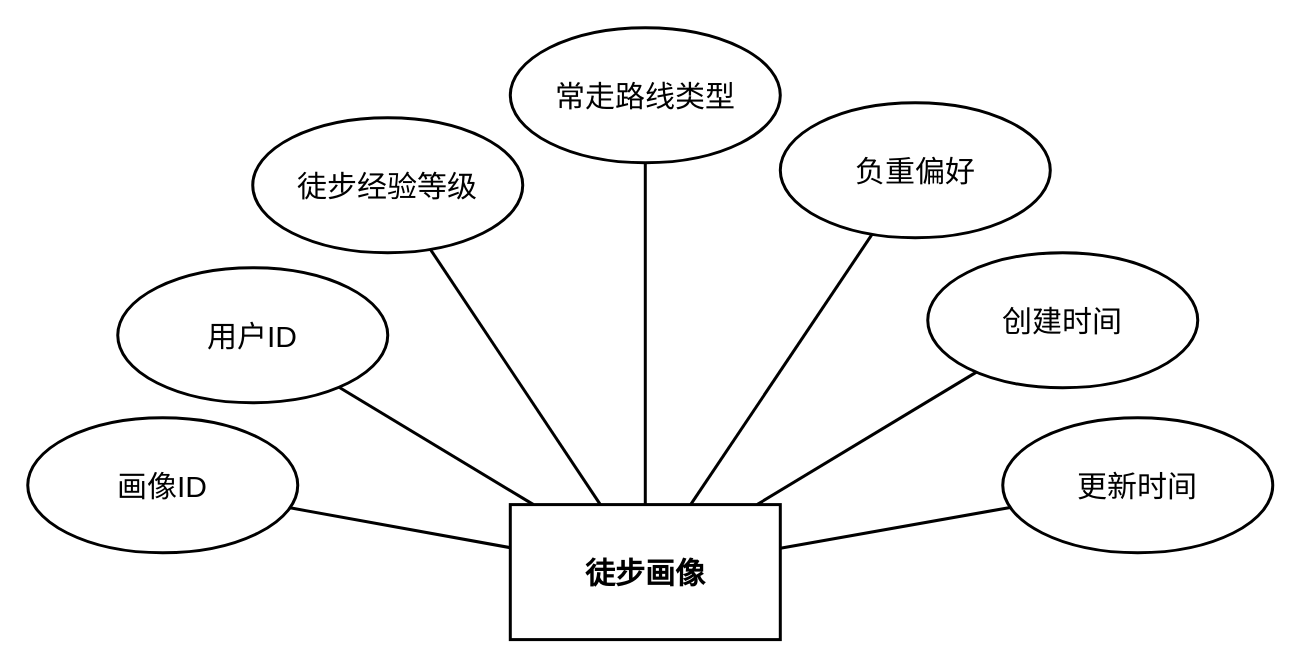
This is DOCS/architecture-diagrams/sources/实体图/user_hiking_profiles/user_hiking_profiles_entity.drawio from 612cs/TrailQuest, a draw.io file, before an edit. Source tidied: cells renumbered, new cells numbered last; positions are measured from the earlier drawing's top-left corner, leaving out a move shared by most shapes. Both pictures are drawn from the tidied source at 150%, with x=0, y=0 at pixel (27, 27).
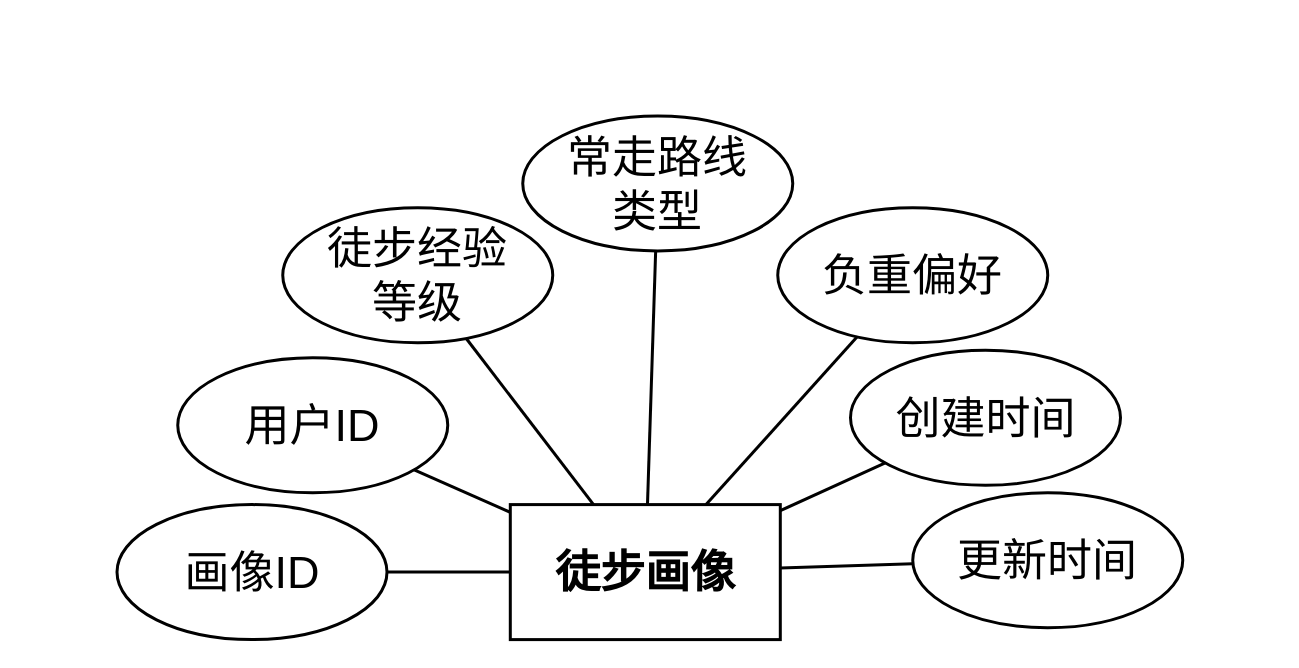
The same diagram, later.

Diff of the diagram source:
```diff
@@
 <mxGraphModel>
   <root>
     <mxCell id="0" />
     <mxCell id="1" parent="0" />
-    <mxCell id="2" value="徒步画像" style="rounded=0;whiteSpace=wrap;html=1;fillColor=none;strokeColor=#000000;fontColor=#000000;fontFamily=Arial;fontSize=20;fontStyle=1;align=center;verticalAlign=middle;strokeWidth=2;gradientColor=none;shadow=0;glass=0;" parent="1" vertex="1">
+    <mxCell id="2" value="徒步画像" style="rounded=0;whiteSpace=wrap;html=1;fillColor=none;strokeColor=#000000;fontColor=#000000;fontFamily=Arial;fontSize=30;fontStyle=1;align=center;verticalAlign=middle;strokeWidth=2;gradientColor=none;shadow=0;glass=0;" parent="1" vertex="1">
       <mxGeometry x="321.7" y="317.9" width="180" height="90" as="geometry" />
     </mxCell>
-    <mxCell id="3" value="画像ID" style="ellipse;whiteSpace=wrap;html=1;fillColor=none;strokeColor=#000000;fontColor=#000000;fontFamily=Arial;fontSize=20;align=center;verticalAlign=middle;strokeWidth=2;gradientColor=none;shadow=0;glass=0;" parent="1" vertex="1">
-      <mxGeometry y="260" width="180" height="90" as="geometry" />
+    <mxCell id="3" value="画像ID" style="ellipse;whiteSpace=wrap;html=1;fillColor=none;strokeColor=#000000;fontColor=#000000;fontFamily=Arial;fontSize=30;align=center;verticalAlign=middle;strokeWidth=2;gradientColor=none;shadow=0;glass=0;" parent="1" vertex="1">
+      <mxGeometry x="59.5" y="317.9" width="180" height="90" as="geometry" />
     </mxCell>
-    <mxCell id="4" value="用户ID" style="ellipse;whiteSpace=wrap;html=1;fillColor=none;strokeColor=#000000;fontColor=#000000;fontFamily=Arial;fontSize=20;align=center;verticalAlign=middle;strokeWidth=2;gradientColor=none;shadow=0;glass=0;" parent="1" vertex="1">
-      <mxGeometry x="60" y="160" width="180" height="90" as="geometry" />
+    <mxCell id="4" value="用户ID" style="ellipse;whiteSpace=wrap;html=1;fillColor=none;strokeColor=#000000;fontColor=#000000;fontFamily=Arial;fontSize=30;align=center;verticalAlign=middle;strokeWidth=2;gradientColor=none;shadow=0;glass=0;" parent="1" vertex="1">
+      <mxGeometry x="100" y="220" width="180" height="90" as="geometry" />
     </mxCell>
-    <mxCell id="5" value="徒步经验等级" style="ellipse;whiteSpace=wrap;html=1;fillColor=none;strokeColor=#000000;fontColor=#000000;fontFamily=Arial;fontSize=20;align=center;verticalAlign=middle;strokeWidth=2;gradientColor=none;shadow=0;glass=0;" parent="1" vertex="1">
-      <mxGeometry x="150" y="60" width="180" height="90" as="geometry" />
+    <mxCell id="5" value="徒步经验&lt;div&gt;等级&lt;/div&gt;" style="ellipse;whiteSpace=wrap;html=1;fillColor=none;strokeColor=#000000;fontColor=#000000;fontFamily=Arial;fontSize=30;align=center;verticalAlign=middle;strokeWidth=2;gradientColor=none;shadow=0;glass=0;" parent="1" vertex="1">
+      <mxGeometry x="170" y="120" width="180" height="90" as="geometry" />
     </mxCell>
-    <mxCell id="6" value="常走路线类型" style="ellipse;whiteSpace=wrap;html=1;fillColor=none;strokeColor=#000000;fontColor=#000000;fontFamily=Arial;fontSize=20;align=center;verticalAlign=middle;strokeWidth=2;gradientColor=none;shadow=0;glass=0;" parent="1" vertex="1">
-      <mxGeometry x="321.7" width="180" height="90" as="geometry" />
+    <mxCell id="6" value="常走路线&lt;div&gt;类型&lt;/div&gt;" style="ellipse;whiteSpace=wrap;html=1;fillColor=none;strokeColor=#000000;fontColor=#000000;fontFamily=Arial;fontSize=30;align=center;verticalAlign=middle;strokeWidth=2;gradientColor=none;shadow=0;glass=0;" parent="1" vertex="1">
+      <mxGeometry x="330" y="58.8" width="180" height="90" as="geometry" />
     </mxCell>
-    <mxCell id="7" value="负重偏好" style="ellipse;whiteSpace=wrap;html=1;fillColor=none;strokeColor=#000000;fontColor=#000000;fontFamily=Arial;fontSize=20;align=center;verticalAlign=middle;strokeWidth=2;gradientColor=none;shadow=0;glass=0;" parent="1" vertex="1">
-      <mxGeometry x="501.7" y="50" width="180" height="90" as="geometry" />
+    <mxCell id="7" value="负重偏好" style="ellipse;whiteSpace=wrap;html=1;fillColor=none;strokeColor=#000000;fontColor=#000000;fontFamily=Arial;fontSize=30;align=center;verticalAlign=middle;strokeWidth=2;gradientColor=none;shadow=0;glass=0;" parent="1" vertex="1">
+      <mxGeometry x="500" y="120" width="180" height="90" as="geometry" />
     </mxCell>
-    <mxCell id="8" value="创建时间" style="ellipse;whiteSpace=wrap;html=1;fillColor=none;strokeColor=#000000;fontColor=#000000;fontFamily=Arial;fontSize=20;align=center;verticalAlign=middle;strokeWidth=2;gradientColor=none;shadow=0;glass=0;" parent="1" vertex="1">
-      <mxGeometry x="600" y="150" width="180" height="90" as="geometry" />
+    <mxCell id="8" value="创建时间" style="ellipse;whiteSpace=wrap;html=1;fillColor=none;strokeColor=#000000;fontColor=#000000;fontFamily=Arial;fontSize=30;align=center;verticalAlign=middle;strokeWidth=2;gradientColor=none;shadow=0;glass=0;" parent="1" vertex="1">
+      <mxGeometry x="548.5" y="215" width="180" height="90" as="geometry" />
     </mxCell>
-    <mxCell id="9" value="更新时间" style="ellipse;whiteSpace=wrap;html=1;fillColor=none;strokeColor=#000000;fontColor=#000000;fontFamily=Arial;fontSize=20;align=center;verticalAlign=middle;strokeWidth=2;gradientColor=none;shadow=0;glass=0;" parent="1" vertex="1">
-      <mxGeometry x="650" y="260" width="180" height="90" as="geometry" />
+    <mxCell id="9" value="更新时间" style="ellipse;whiteSpace=wrap;html=1;fillColor=none;strokeColor=#000000;fontColor=#000000;fontFamily=Arial;fontSize=30;align=center;verticalAlign=middle;strokeWidth=2;gradientColor=none;shadow=0;glass=0;" parent="1" vertex="1">
+      <mxGeometry x="590" y="310" width="180" height="90" as="geometry" />
     </mxCell>
-    <mxCell id="10" style="endArrow=none;html=1;rounded=0;strokeColor=#000000;strokeWidth=2;" parent="1" edge="1" source="2" target="3">
+    <mxCell id="10" style="endArrow=none;html=1;rounded=0;strokeColor=#000000;strokeWidth=2;fontSize=30;" parent="1" edge="1" source="2" target="3">
       <mxGeometry relative="1" as="geometry" />
     </mxCell>
-    <mxCell id="11" style="endArrow=none;html=1;rounded=0;strokeColor=#000000;strokeWidth=2;" parent="1" edge="1" source="2" target="4">
+    <mxCell id="11" style="endArrow=none;html=1;rounded=0;strokeColor=#000000;strokeWidth=2;fontSize=30;" parent="1" edge="1" source="2" target="4">
       <mxGeometry relative="1" as="geometry" />
     </mxCell>
-    <mxCell id="12" style="endArrow=none;html=1;rounded=0;strokeColor=#000000;strokeWidth=2;" parent="1" edge="1" source="2" target="5">
+    <mxCell id="12" style="endArrow=none;html=1;rounded=0;strokeColor=#000000;strokeWidth=2;fontSize=30;" parent="1" edge="1" source="2" target="5">
       <mxGeometry relative="1" as="geometry" />
     </mxCell>
-    <mxCell id="13" style="endArrow=none;html=1;rounded=0;strokeColor=#000000;strokeWidth=2;" parent="1" edge="1" source="2" target="6">
+    <mxCell id="13" style="endArrow=none;html=1;rounded=0;strokeColor=#000000;strokeWidth=2;fontSize=30;" parent="1" edge="1" source="2" target="6">
       <mxGeometry relative="1" as="geometry" />
     </mxCell>
-    <mxCell id="14" style="endArrow=none;html=1;rounded=0;strokeColor=#000000;strokeWidth=2;" parent="1" edge="1" source="2" target="7">
+    <mxCell id="14" style="endArrow=none;html=1;rounded=0;strokeColor=#000000;strokeWidth=2;fontSize=30;" parent="1" edge="1" source="2" target="7">
       <mxGeometry relative="1" as="geometry" />
     </mxCell>
-    <mxCell id="15" style="endArrow=none;html=1;rounded=0;strokeColor=#000000;strokeWidth=2;" parent="1" edge="1" source="2" target="8">
+    <mxCell id="15" style="endArrow=none;html=1;rounded=0;strokeColor=#000000;strokeWidth=2;fontSize=30;" parent="1" edge="1" source="2" target="8">
       <mxGeometry relative="1" as="geometry" />
     </mxCell>
-    <mxCell id="16" style="endArrow=none;html=1;rounded=0;strokeColor=#000000;strokeWidth=2;" parent="1" edge="1" source="2" target="9">
+    <mxCell id="16" style="endArrow=none;html=1;rounded=0;strokeColor=#000000;strokeWidth=2;fontSize=30;" parent="1" edge="1" source="2" target="9">
       <mxGeometry relative="1" as="geometry" />
     </mxCell>
   </root>
 </mxGraphModel>
```
